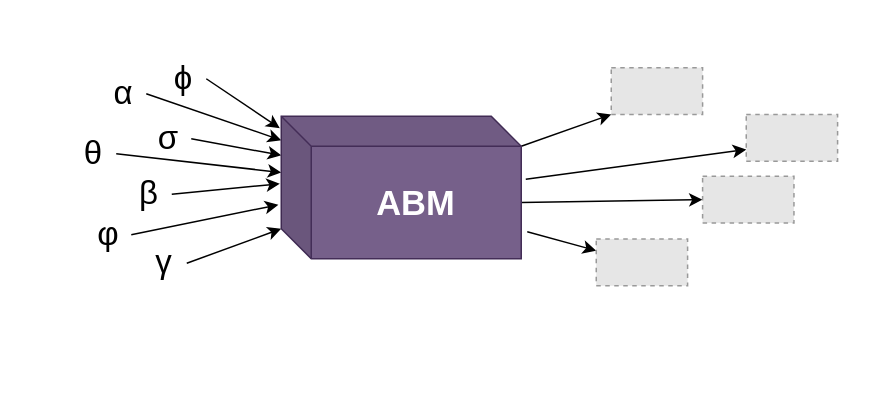
zauster/draw.io keeps this draw.io diagram as ABM_Calibration_InputOutput.drawio. Above is the earlier version. Source tidied: cells renumbered, new cells numbered last; positions are measured from the earlier drawing's top-left corner, leaving out a move shared by most shapes. Both pictures are drawn from the tidied source at 150%, with x=0, y=0 at pixel (70, 56). Pictures stored in the file or linked from it are replaced by grey dashed boxes.
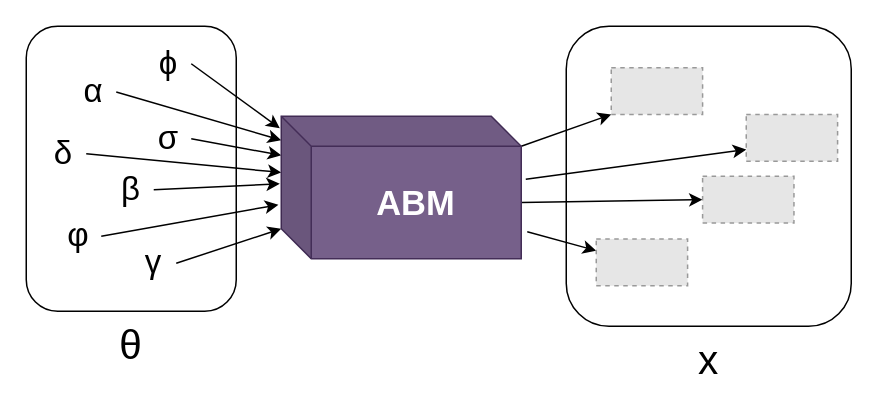
The same diagram, later.

The edit, as a diff of the source:
```diff
@@
+    <mxCell id="25" value="x" style="rounded=1;whiteSpace=wrap;html=1;fontFamily=Helvetica;fontSize=27;fontColor=default;labelPosition=center;verticalLabelPosition=bottom;align=center;verticalAlign=top;" parent="1" vertex="1">
+      <mxGeometry x="330" y="-20" width="190" height="200" as="geometry" />
+    </mxCell>
+    <mxCell id="26" value="θ" style="rounded=1;whiteSpace=wrap;html=1;fontFamily=Helvetica;fontSize=27;fontColor=default;labelPosition=center;verticalLabelPosition=bottom;align=center;verticalAlign=top;" parent="1" vertex="1">
+      <mxGeometry x="-30" y="-20" width="140" height="190" as="geometry" />
+    </mxCell>
     <mxCell id="2" value="ϕ" style="text;html=1;strokeColor=none;fillColor=none;align=center;verticalAlign=middle;whiteSpace=wrap;rounded=0;fontSize=22;" parent="1" vertex="1">
-      <mxGeometry x="60" width="30" height="30" as="geometry" />
+      <mxGeometry x="50" y="-10" width="30" height="30" as="geometry" />
     </mxCell>
@@
-    <mxCell id="4" value="θ" style="text;html=1;strokeColor=none;fillColor=none;align=center;verticalAlign=middle;whiteSpace=wrap;rounded=0;fontSize=22;" parent="1" vertex="1">
-      <mxGeometry y="50" width="30" height="30" as="geometry" />
+    <mxCell id="4" value="δ" style="text;html=1;strokeColor=none;fillColor=none;align=center;verticalAlign=middle;whiteSpace=wrap;rounded=0;fontSize=22;" parent="1" vertex="1">
+      <mxGeometry x="-20" y="50" width="30" height="30" as="geometry" />
     </mxCell>
@@
     <mxCell id="8" value="φ" style="text;html=1;strokeColor=none;fillColor=none;align=center;verticalAlign=middle;whiteSpace=wrap;rounded=0;fontSize=22;" parent="1" vertex="1">
-      <mxGeometry x="10" y="104" width="30" height="30" as="geometry" />
+      <mxGeometry x="-10" y="105" width="30" height="30" as="geometry" />
     </mxCell>
@@
     <mxCell id="10" value="α" style="text;html=1;strokeColor=none;fillColor=none;align=center;verticalAlign=middle;whiteSpace=wrap;rounded=0;fontSize=22;" parent="1" vertex="1">
-      <mxGeometry x="20" y="10" width="30" height="30" as="geometry" />
+      <mxGeometry y="8.8" width="30" height="30" as="geometry" />
     </mxCell>
@@
     <mxCell id="12" value="β" style="text;html=1;strokeColor=none;fillColor=none;align=center;verticalAlign=middle;whiteSpace=wrap;rounded=0;fontSize=22;" parent="1" vertex="1">
-      <mxGeometry x="37" y="77" width="30" height="30" as="geometry" />
+      <mxGeometry x="25" y="74" width="30" height="30" as="geometry" />
     </mxCell>
@@
     <mxCell id="14" value="γ" style="text;html=1;strokeColor=none;fillColor=none;align=center;verticalAlign=middle;whiteSpace=wrap;rounded=0;fontSize=22;" parent="1" vertex="1">
-      <mxGeometry x="47" y="123" width="30" height="30" as="geometry" />
+      <mxGeometry x="40" y="123" width="30" height="30" as="geometry" />
     </mxCell>
```
